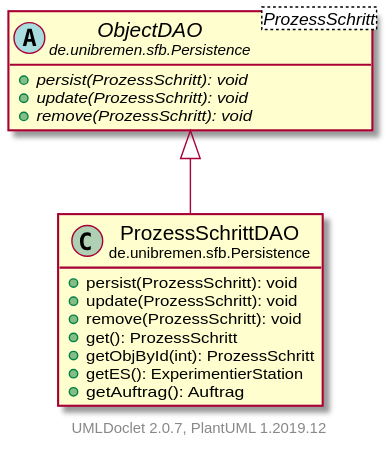
Earlier version of the PlantUML export doc/UML/modulsichtSVG/ProzessSchrittDAO.svg (fkehlenb/softwareprojekt-2). Its diagram source:
```plantuml
@startuml
    set namespaceSeparator none
    hide empty fields
    hide empty methods

    class "<size:14>ProzessSchrittDAO\n<size:10>de.unibremen.sfb.Persistence" as de.unibremen.sfb.Persistence.ProzessSchrittDAO [[ProzessSchrittDAO.html]] {
        +persist(ProzessSchritt): void
        +update(ProzessSchritt): void
        +remove(ProzessSchritt): void
        +get(): ProzessSchritt
        +getObjById(int): ProzessSchritt
        +getES(): ExperimentierStation
        +getAuftrag(): Auftrag
    }

    abstract class "<size:14>ObjectDAO\n<size:10>de.unibremen.sfb.Persistence" as de.unibremen.sfb.Persistence.ObjectDAO<ProzessSchritt> [[ObjectDAO.html]] {
        {abstract} +persist(ProzessSchritt): void
        {abstract} +update(ProzessSchritt): void
        {abstract} +remove(ProzessSchritt): void
    }

    de.unibremen.sfb.Persistence.ObjectDAO <|-- de.unibremen.sfb.Persistence.ProzessSchrittDAO

    center footer UMLDoclet 2.0.7, PlantUML 1.2019.12
@enduml
```
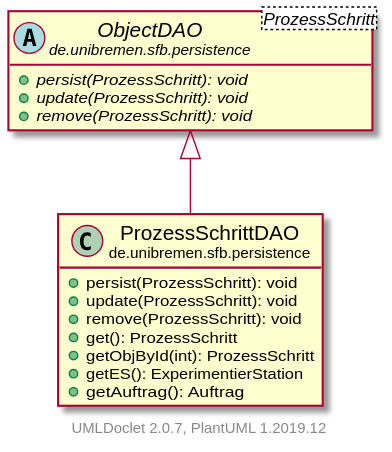
The same diagram one commit later.

What changed in the source:
```diff
@@ -3,7 +3,7 @@
     hide empty fields
     hide empty methods
 
-    class "<size:14>ProzessSchrittDAO\n<size:10>de.unibremen.sfb.Persistence" as de.unibremen.sfb.Persistence.ProzessSchrittDAO [[ProzessSchrittDAO.html]] {
+    class "<size:14>ProzessSchrittDAO\n<size:10>de.unibremen.sfb.persistence" as de.unibremen.sfb.persistence.ProzessSchrittDAO [[ProzessSchrittDAO.html]] {
         +persist(ProzessSchritt): void
         +update(ProzessSchritt): void
         +remove(ProzessSchritt): void
@@ -13,13 +13,13 @@
         +getAuftrag(): Auftrag
     }
 
-    abstract class "<size:14>ObjectDAO\n<size:10>de.unibremen.sfb.Persistence" as de.unibremen.sfb.Persistence.ObjectDAO<ProzessSchritt> [[ObjectDAO.html]] {
+    abstract class "<size:14>ObjectDAO\n<size:10>de.unibremen.sfb.persistence" as de.unibremen.sfb.persistence.ObjectDAO<ProzessSchritt> [[ObjectDAO.html]] {
         {abstract} +persist(ProzessSchritt): void
         {abstract} +update(ProzessSchritt): void
         {abstract} +remove(ProzessSchritt): void
     }
 
-    de.unibremen.sfb.Persistence.ObjectDAO <|-- de.unibremen.sfb.Persistence.ProzessSchrittDAO
+    de.unibremen.sfb.persistence.ObjectDAO <|-- de.unibremen.sfb.persistence.ProzessSchrittDAO
 
     center footer UMLDoclet 2.0.7, PlantUML 1.2019.12
 @enduml
```
